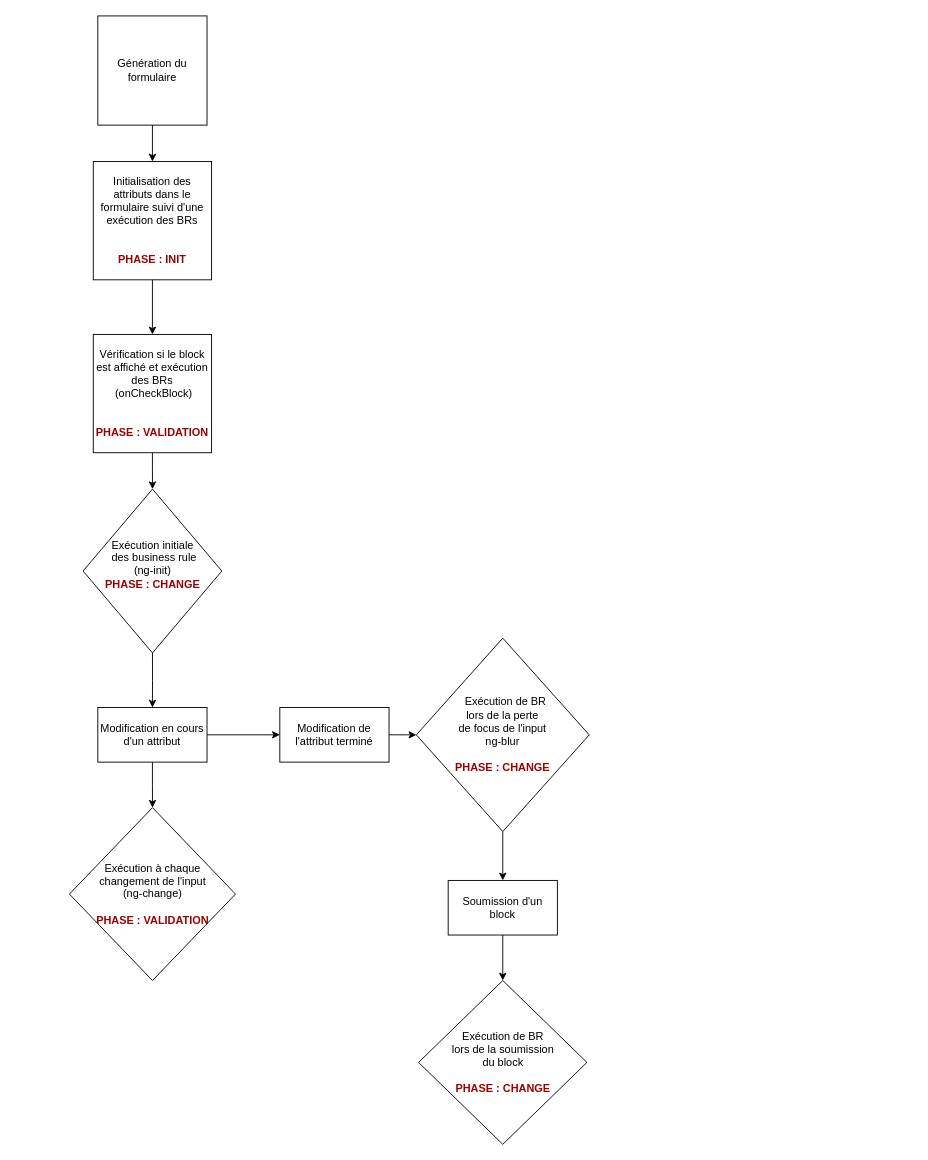
The draw.io diagram Diagramme sans nom.drawio in KorentinDuquenne/OuinOuinAPI, before the edit. Source tidied: cells renumbered, new cells numbered last; positions are measured from the earlier drawing's top-left corner, leaving out a move shared by most shapes. Both pictures are drawn from the tidied source at 91%, with x=0, y=0 at pixel (69, 15).
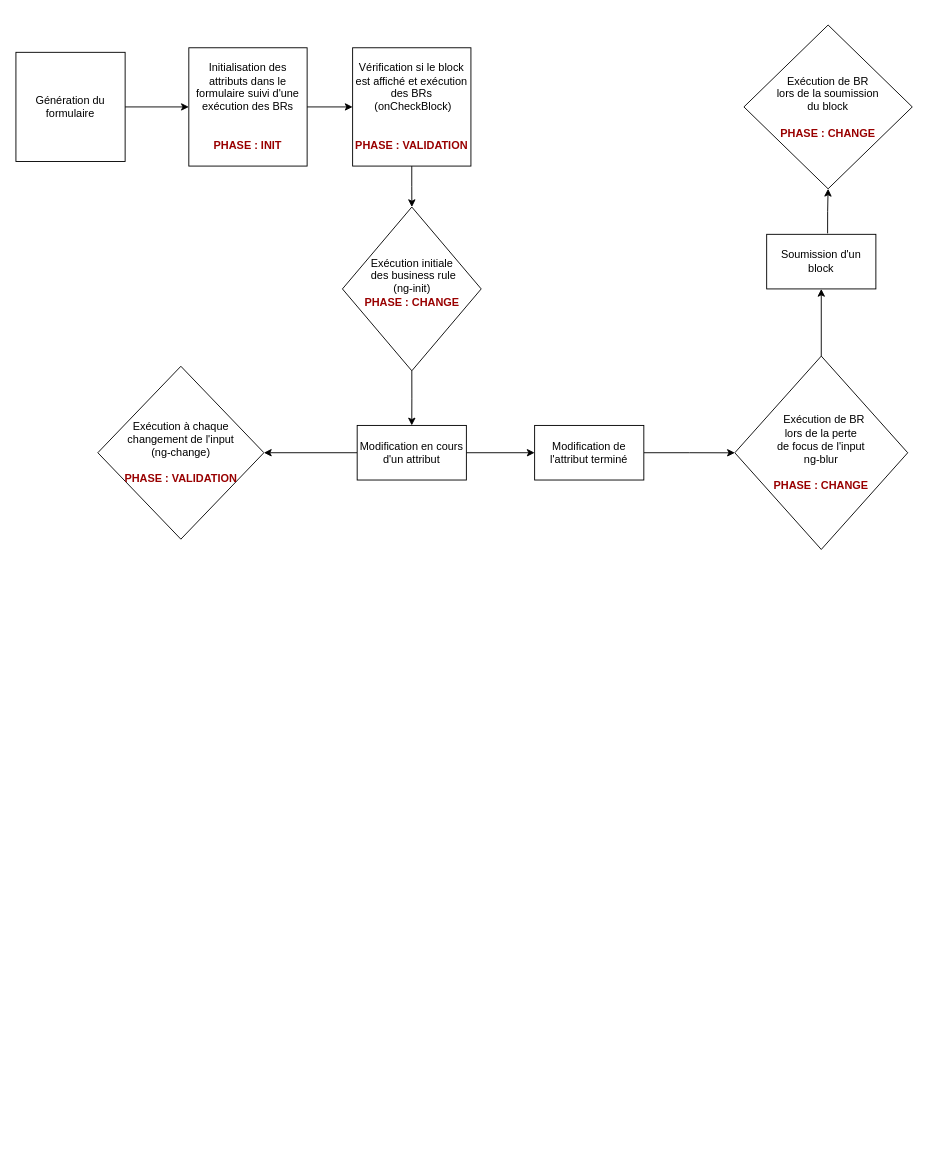
After the change.

Commit message (it also covers changes not shown here):
Mettre à jour Diagramme sans nom.drawio

The edit, as a diff of the source:
```diff
@@
     <mxCell id="2" value="Génération du formulaire" style="whiteSpace=wrap;html=1;" parent="1" vertex="1">
-      <mxGeometry x="31" width="120" height="120" as="geometry" />
+      <mxGeometry x="-59" y="40" width="120" height="120" as="geometry" />
     </mxCell>
-    <mxCell id="3" style="endArrow=classic;html=1;rounded=0;exitX=0.5;exitY=1;exitDx=0;exitDy=0;" parent="1" edge="1" source="2" target="4">
+    <mxCell id="3" style="endArrow=classic;html=1;rounded=0;exitX=1;exitY=0.5;exitDx=0;exitDy=0;" parent="1" edge="1" source="2" target="4">
       <mxGeometry relative="1" as="geometry" />
     </mxCell>
     <mxCell id="4" value="Initialisation des attributs dans le formulaire suivi d'une exécution des BRs&lt;br&gt;&lt;br&gt;&lt;br&gt;&lt;b&gt;&lt;font color=&quot;#990000&quot;&gt;PHASE : INIT&lt;/font&gt;&lt;/b&gt;" style="whiteSpace=wrap;html=1;" parent="1" vertex="1">
-      <mxGeometry x="26" y="160" width="130" height="130" as="geometry" />
+      <mxGeometry x="131" y="35" width="130" height="130" as="geometry" />
     </mxCell>
@@
     <mxCell id="6" value="Vérification si le block est affiché et exécution des BRs&lt;br&gt;&amp;nbsp;(onCheckBlock)&lt;br&gt;&lt;br&gt;&lt;br&gt;&lt;font color=&quot;#990000&quot;&gt;&lt;b&gt;PHASE : VALIDATION&lt;/b&gt;&lt;/font&gt;" style="whiteSpace=wrap;html=1;" parent="1" vertex="1">
-      <mxGeometry x="26" y="350" width="130" height="130" as="geometry" />
+      <mxGeometry x="311" y="35" width="130" height="130" as="geometry" />
     </mxCell>
-    <mxCell id="7" style="endArrow=classic;html=1;rounded=0;fontColor=#990000;entryX=0.5;entryY=0;entryDx=0;entryDy=0;exitX=0.5;exitY=1;exitDx=0;exitDy=0;" parent="1" edge="1" source="4" target="6">
-      <mxGeometry relative="1" as="geometry" />
+    <mxCell id="7" style="endArrow=classic;html=1;rounded=0;fontColor=#990000;" parent="1" edge="1">
+      <mxGeometry relative="1" as="geometry">
+        <mxPoint x="261" y="100" as="sourcePoint" />
+        <mxPoint x="311" y="100" as="targetPoint" />
+      </mxGeometry>
     </mxCell>
@@
     <mxCell id="9" value="Exécution initiale&lt;br&gt;&amp;nbsp;des business rule&lt;br&gt;(ng-init)&lt;br&gt;&lt;font color=&quot;#990000&quot;&gt;&lt;b&gt;PHASE :&amp;nbsp;CHANGE&lt;/b&gt;&lt;/font&gt;&lt;br&gt;&amp;nbsp;" style="rhombus;whiteSpace=wrap;html=1;" parent="1" vertex="1">
-      <mxGeometry x="14.8" y="520" width="152.5" height="180" as="geometry" />
+      <mxGeometry x="299.8" y="210" width="152.5" height="180" as="geometry" />
     </mxCell>
@@
-    <mxCell id="11" style="edgeStyle=orthogonalEdgeStyle;rounded=0;jettySize=auto;html=1;fontColor=#990000;" parent="1" edge="1" source="12" target="15">
+    <mxCell id="11" style="edgeStyle=orthogonalEdgeStyle;rounded=0;jettySize=auto;html=1;fontColor=#990000;exitX=1;exitY=0.5;exitDx=0;exitDy=0;" parent="1" edge="1" source="12" target="15">
       <mxGeometry relative="1" as="geometry" />
     </mxCell>
     <mxCell id="12" value="&lt;font color=&quot;#000000&quot;&gt;Modification en cours d'un attribut&lt;/font&gt;" style="whiteSpace=wrap;html=1;fontColor=#990000;" parent="1" vertex="1">
-      <mxGeometry x="31" y="760" width="120" height="60" as="geometry" />
+      <mxGeometry x="316" y="450" width="120" height="60" as="geometry" />
     </mxCell>
     <mxCell id="13" value="&lt;font color=&quot;#000000&quot;&gt;Exécution à chaque &lt;/font&gt;&lt;br&gt;&lt;font color=&quot;#000000&quot;&gt;changement de l'input&lt;/font&gt;&lt;br&gt;&lt;font color=&quot;#000000&quot;&gt;(ng-change)&lt;/font&gt;&lt;br&gt;&lt;br&gt;&lt;b&gt;PHASE : VALIDATION&lt;/b&gt;" style="rhombus;whiteSpace=wrap;html=1;fontColor=#990000;" parent="1" vertex="1">
-      <mxGeometry x="-0.2" y="870" width="182.5" height="190" as="geometry" />
+      <mxGeometry x="31" y="385" width="182.5" height="190" as="geometry" />
     </mxCell>
-    <mxCell id="14" style="edgeStyle=orthogonalEdgeStyle;rounded=0;jettySize=auto;html=1;fontColor=#000000;" parent="1" edge="1" source="15" target="17">
+    <mxCell id="14" style="edgeStyle=orthogonalEdgeStyle;rounded=0;jettySize=auto;html=1;fontColor=#000000;exitX=1;exitY=0.5;exitDx=0;exitDy=0;" parent="1" edge="1" source="15" target="17">
       <mxGeometry relative="1" as="geometry" />
     </mxCell>
     <mxCell id="15" value="&lt;font color=&quot;#000000&quot;&gt;Modification de l'attribut terminé&lt;/font&gt;" style="whiteSpace=wrap;html=1;fontColor=#990000;" parent="1" vertex="1">
-      <mxGeometry x="231" y="760" width="120" height="60" as="geometry" />
+      <mxGeometry x="511" y="450" width="120" height="60" as="geometry" />
     </mxCell>
-    <mxCell id="16" style="edgeStyle=orthogonalEdgeStyle;rounded=0;jettySize=auto;html=1;fontColor=#990000;" parent="1" edge="1" source="17" target="19">
+    <mxCell id="16" style="edgeStyle=orthogonalEdgeStyle;rounded=0;jettySize=auto;html=1;fontColor=#990000;exitX=0.5;exitY=0;exitDx=0;exitDy=0;" parent="1" edge="1" source="17" target="19">
       <mxGeometry relative="1" as="geometry" />
     </mxCell>
     <mxCell id="17" value="&lt;font color=&quot;#000000&quot;&gt;&amp;nbsp; Exécution de BR &lt;br&gt;lors de la perte &lt;br&gt;de focus de l'input&lt;/font&gt;&lt;br&gt;&lt;font color=&quot;#000000&quot;&gt;ng-blur&lt;br&gt;&lt;/font&gt;&lt;br&gt;&lt;b&gt;PHASE : CHANGE&lt;/b&gt;" style="rhombus;whiteSpace=wrap;html=1;fontColor=#990000;" parent="1" vertex="1">
-      <mxGeometry x="381" y="683.8" width="190" height="212.5" as="geometry" />
+      <mxGeometry x="731" y="373.8" width="190" height="212.5" as="geometry" />
     </mxCell>
-    <mxCell id="18" style="edgeStyle=orthogonalEdgeStyle;rounded=0;jettySize=auto;html=1;fontColor=#000000;" parent="1" edge="1" source="19" target="20">
+    <mxCell id="18" style="edgeStyle=orthogonalEdgeStyle;rounded=0;jettySize=auto;html=1;fontColor=#000000;exitX=0.558;exitY=-0.017;exitDx=0;exitDy=0;exitPerimeter=0;" parent="1" edge="1" source="19" target="20">
       <mxGeometry relative="1" as="geometry" />
     </mxCell>
     <mxCell id="19" value="&lt;font color=&quot;#000000&quot;&gt;Soumission d'un block&lt;/font&gt;" style="whiteSpace=wrap;html=1;fontColor=#990000;" parent="1" vertex="1">
-      <mxGeometry x="416" y="950" width="120" height="60" as="geometry" />
+      <mxGeometry x="766" y="240" width="120" height="60" as="geometry" />
     </mxCell>
     <mxCell id="20" value="&lt;font color=&quot;#000000&quot;&gt;Exécution&amp;nbsp;de BR&lt;/font&gt;&lt;br&gt;&lt;font color=&quot;#000000&quot;&gt;lors de la soumission&lt;/font&gt;&lt;br&gt;&lt;font color=&quot;#000000&quot;&gt;du block&lt;/font&gt;&lt;br&gt;&lt;br&gt;&lt;b&gt;PHASE : CHANGE&lt;/b&gt;" style="rhombus;whiteSpace=wrap;html=1;fontColor=#990000;" parent="1" vertex="1">
-      <mxGeometry x="383.5" y="1060" width="185" height="180" as="geometry" />
+      <mxGeometry x="741" y="10" width="185" height="180" as="geometry" />
     </mxCell>
```
